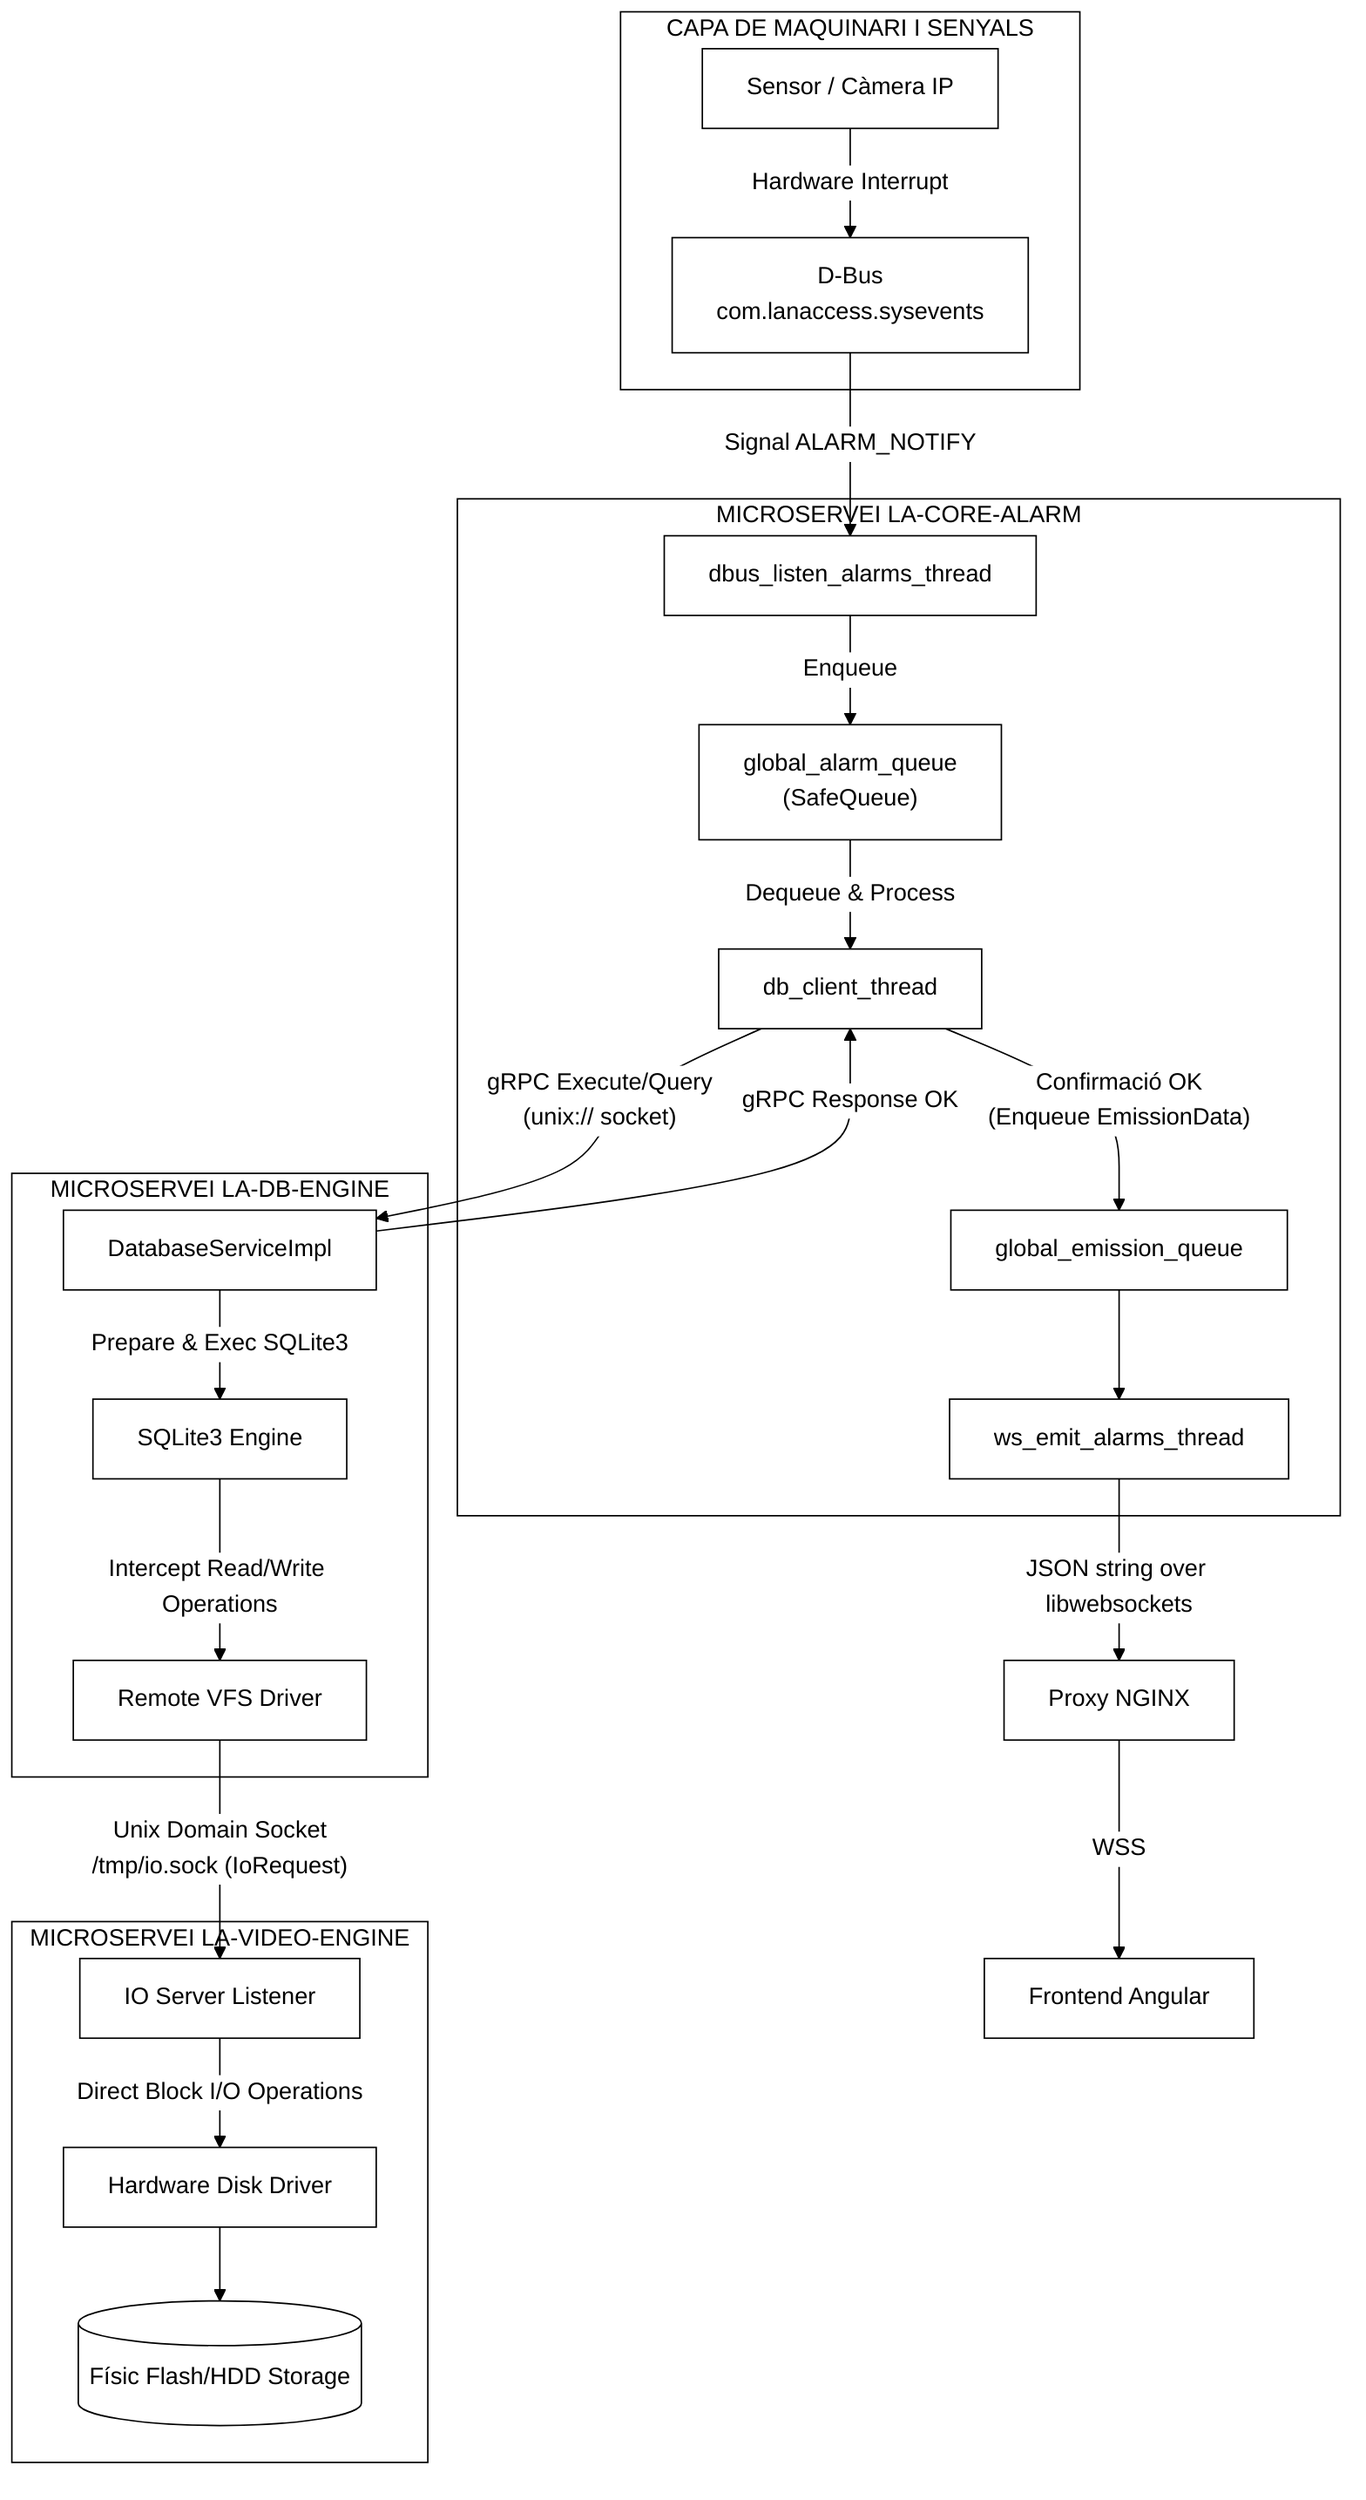
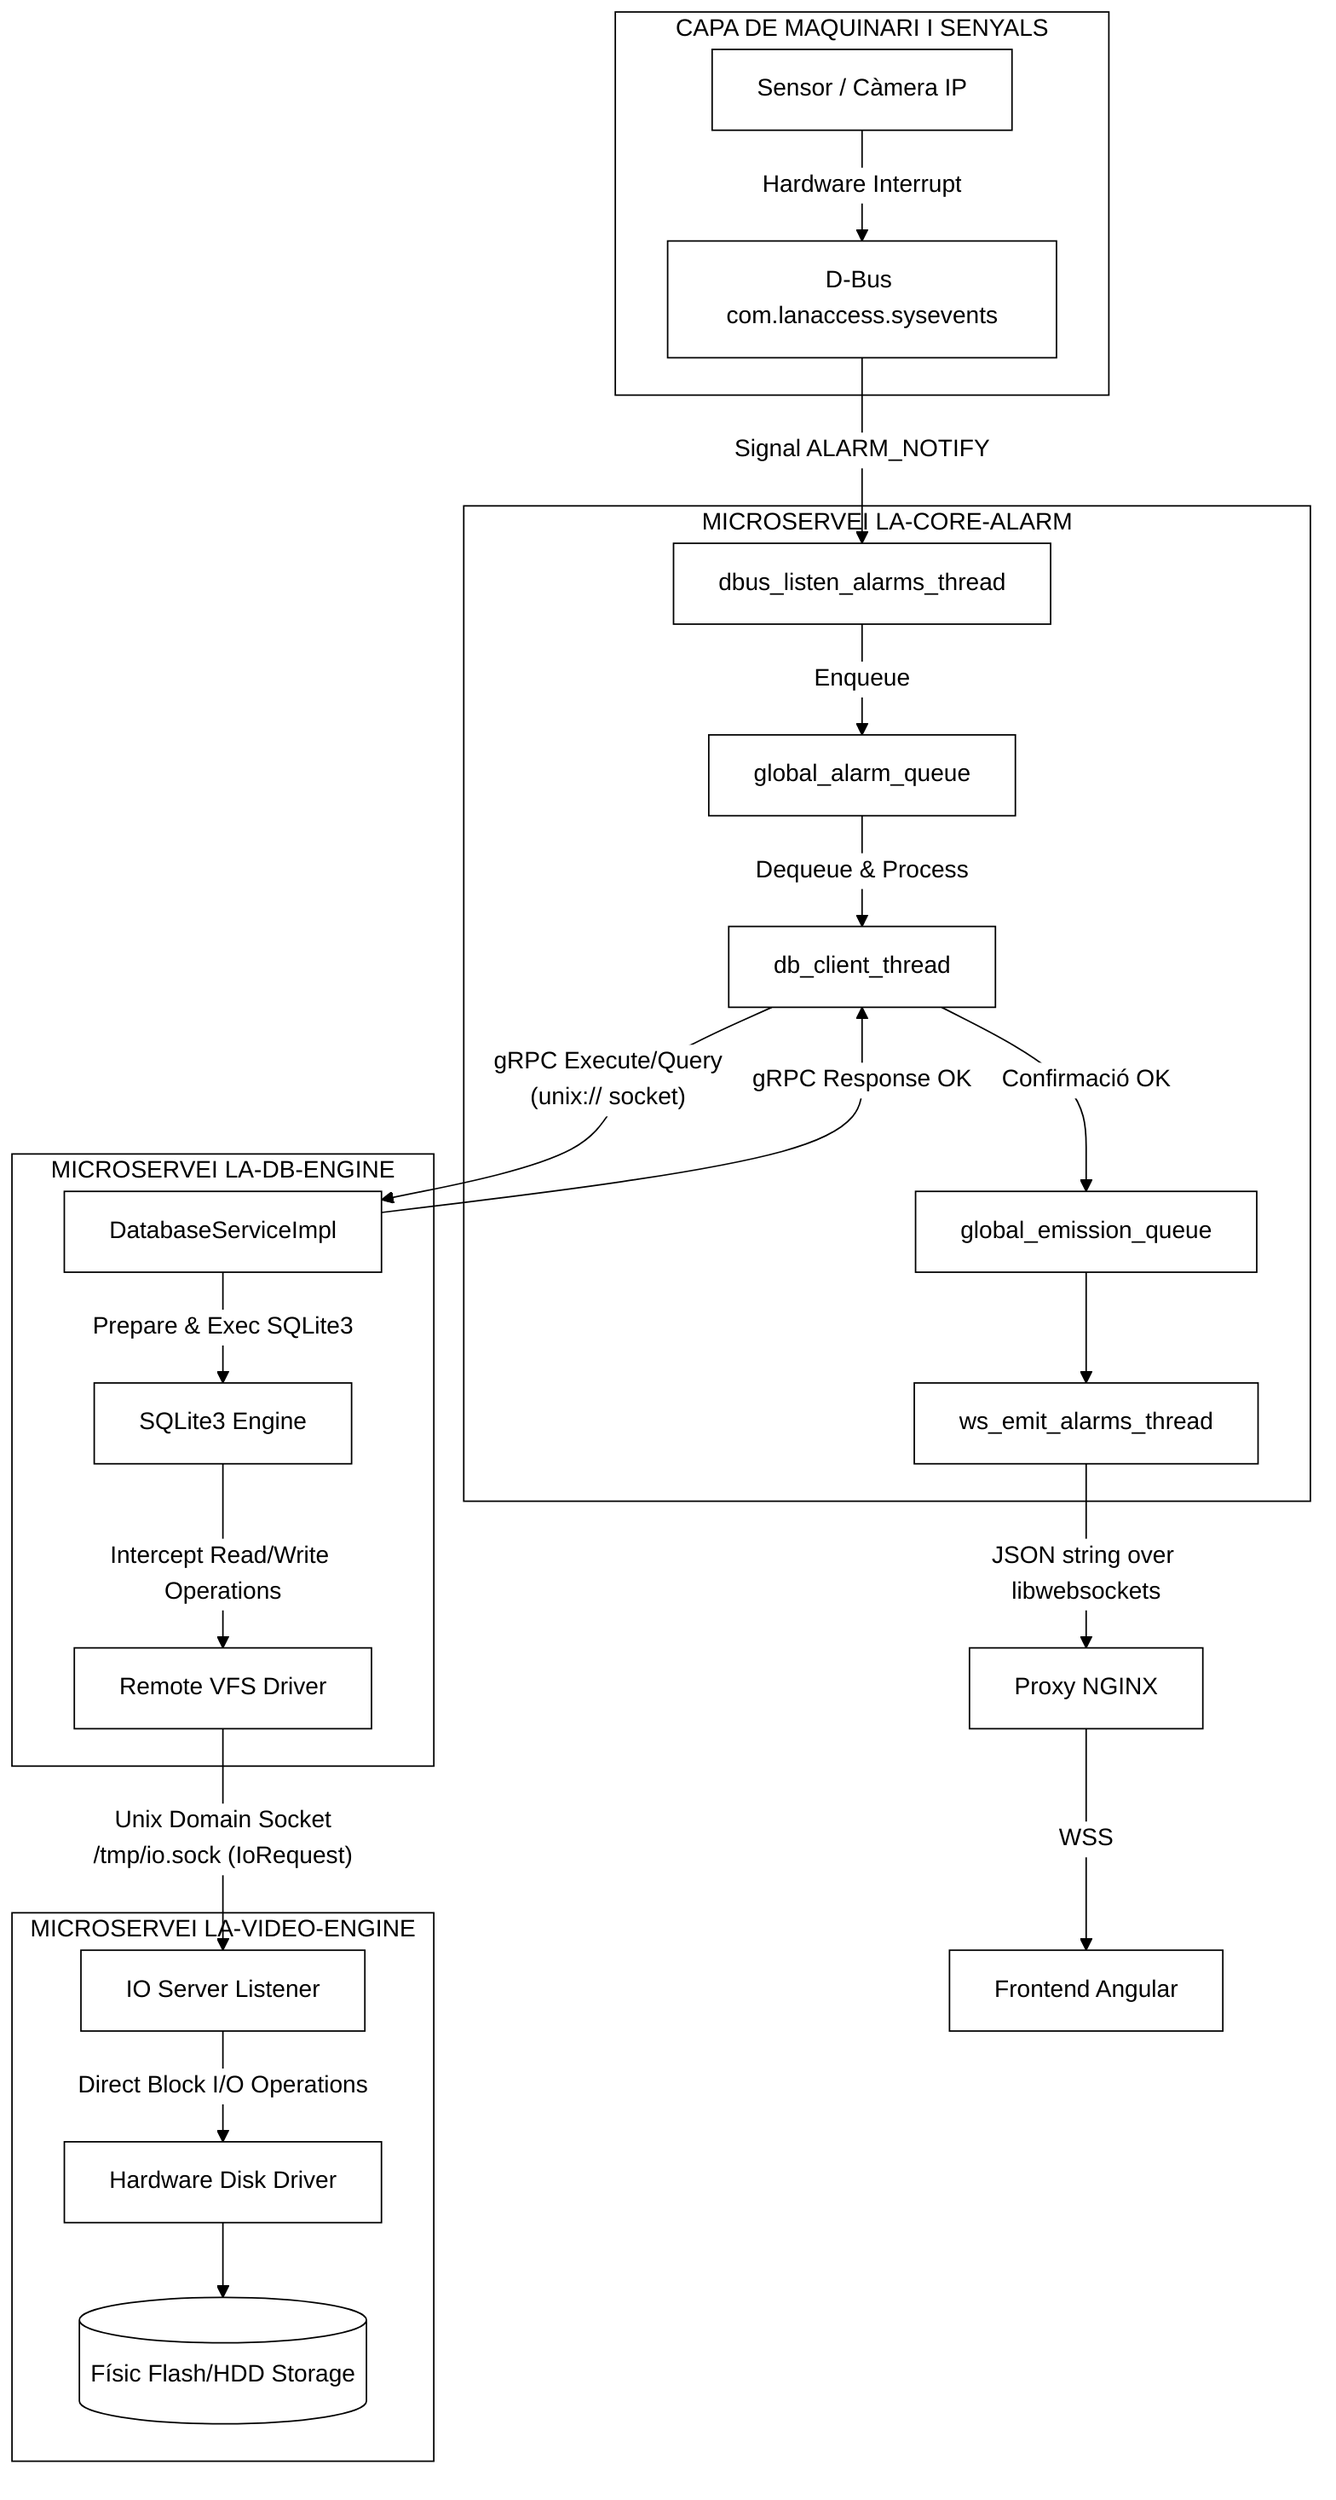
%%{init: {
 'theme': 'base',
 'themeVariables': {
   'background': '#ffffff',
   'primaryColor': '#ffffff',
   'primaryTextColor': '#000000',
   'primaryBorderColor': '#000000',
   'lineColor': '#000000',
   'secondaryColor': '#ffffff',
   'tertiaryColor': '#ffffff'
 },
 'themeCSS': '.node rect, .node circle, .node polygon, .node path, .cluster rect { stroke: #000000 !important; stroke-width: 1px !important; filter: none !important; box-shadow: none !important; } .label { color: #000000 !important; }'
}}%%

flowchart TD
    subgraph HW["CAPA DE MAQUINARI I SENYALS"]
        Sensor["Sensor / Càmera IP"]
-         DBus["D-Bus\ncom.lanaccess.sysevents"]
+         DBus["D-Bus com.lanaccess.sysevents"]
        Sensor -- "Hardware Interrupt" --> DBus
    end

    subgraph ALARM["MICROSERVEI LA-CORE-ALARM"]
        dbus_thread["dbus_listen_alarms_thread"]
-         alarm_queue["global_alarm_queue\n(SafeQueue)"]
+         alarm_queue["global_alarm_queue"]
        db_client["db_client_thread"]
        EmissionQueue["global_emission_queue"]
        WsThread["ws_emit_alarms_thread"]
        dbus_thread -- "Enqueue" --> alarm_queue
        alarm_queue -- "Dequeue & Process" --> db_client
-         db_client -- "Confirmació OK\n(Enqueue EmissionData)" --> EmissionQueue
+         db_client -- "Confirmació OK" --> EmissionQueue
        EmissionQueue --> WsThread
    end

    subgraph DBENG["MICROSERVEI LA-DB-ENGINE"]
        DBSvcImpl["DatabaseServiceImpl"]
        SQLite3Engine["SQLite3 Engine"]
        RemoteVFS["Remote VFS Driver"]
        DBSvcImpl -- "Prepare & Exec SQLite3" --> SQLite3Engine
        SQLite3Engine -- "Intercept Read/Write Operations" --> RemoteVFS
    end

    subgraph VIDENG["MICROSERVEI LA-VIDEO-ENGINE"]
        IOListener["IO Server Listener"]
        DiskDriver["Hardware Disk Driver"]
        Storage[(Físic Flash/HDD Storage)]
        IOListener -- "Direct Block I/O Operations" --> DiskDriver
        DiskDriver --> Storage
    end

    NGINX["Proxy NGINX"]
    FrontendAngular["Frontend Angular"]

    DBus -- "Signal ALARM_NOTIFY" --> dbus_thread
    db_client -- "gRPC Execute/Query\n(unix:// socket)" --> DBSvcImpl
    DBSvcImpl -- "gRPC Response OK" --> db_client
    RemoteVFS -- "Unix Domain Socket\n/tmp/io.sock (IoRequest)" --> IOListener
    WsThread -- "JSON string over libwebsockets" --> NGINX
    NGINX -- "WSS" --> FrontendAngular
